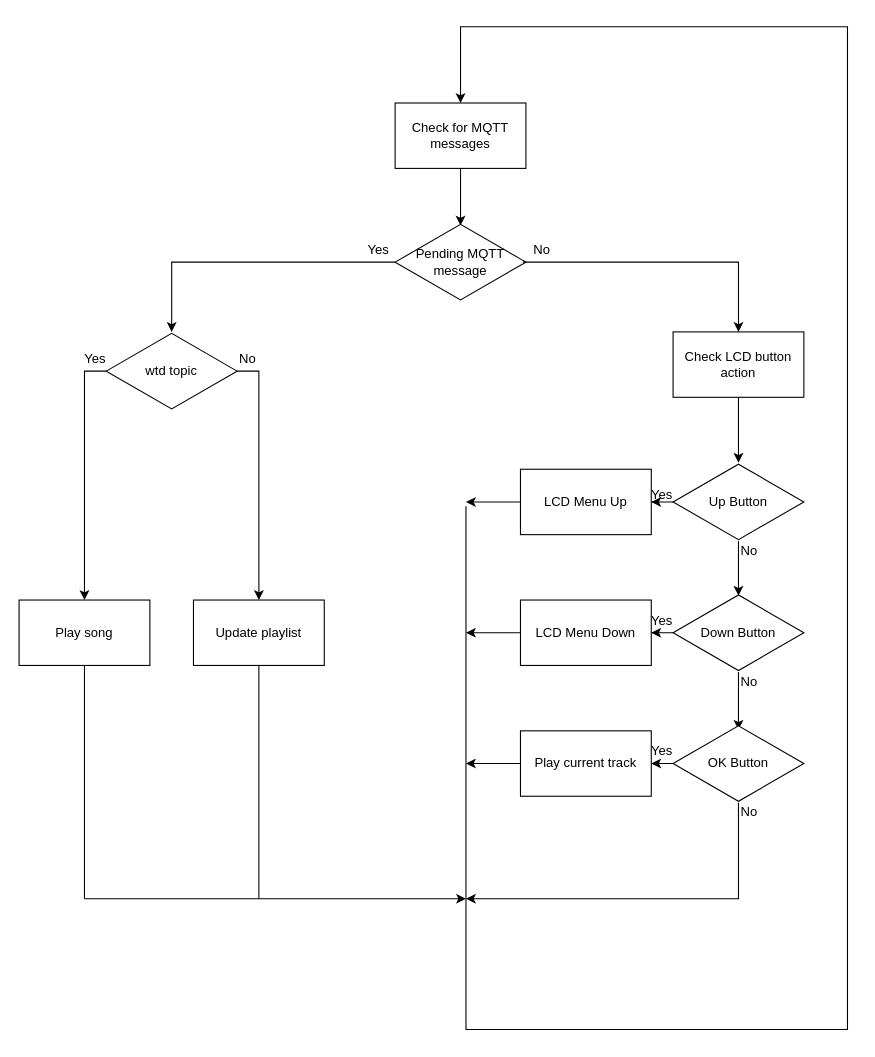
Earlier version of the draw.io diagram program_flow.drawio (IoT-project-groups-1-2/g2-voice-controller). Source tidied: cells renumbered, new cells numbered last; positions are measured from the earlier drawing's top-left corner, leaving out a move shared by most shapes. Both pictures are drawn from the tidied source at 109%, with x=0, y=0 at pixel (19, 26).
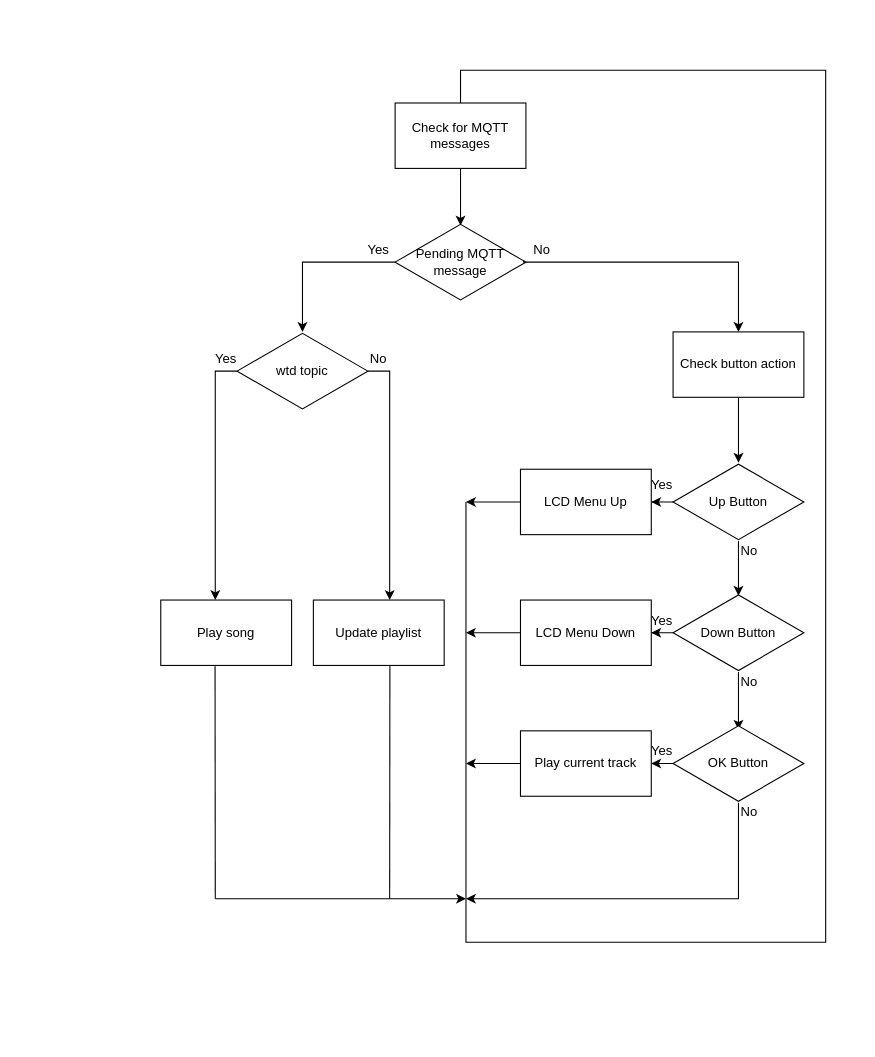
Above is the later version.

Commit message:
condense diagram to fit one page

The change refers to these unchanged cells:
```xml
<mxCell id="3" value="Check for MQTT messages" style="rounded=0;whiteSpace=wrap;html=1;" parent="1" vertex="1">
  <mxGeometry x="345" y="70" width="120" height="60" as="geometry" />
</mxCell>
<mxCell id="5" value="Pending MQTT message" style="html=1;whiteSpace=wrap;shape=isoRectangle;" parent="1" vertex="1">
  <mxGeometry x="345" y="180" width="120" height="72" as="geometry" />
</mxCell>
```

Diff of the diagram source:
```diff
@@
-    <mxCell id="4" style="edgeStyle=orthogonalEdgeStyle;rounded=0;jettySize=auto;html=1;entryX=0.5;entryY=0;entryDx=0;entryDy=0;entryPerimeter=0;" parent="1" edge="1" source="5" target="10">
+    <mxCell id="4" style="edgeStyle=orthogonalEdgeStyle;rounded=0;jettySize=auto;html=1;entryX=0.5;entryY=0;entryDx=0;entryDy=0;entryPerimeter=0;" parent="1" edge="1" target="10">
       <mxGeometry x="0.11" y="-70" relative="1" as="geometry">
+        <mxPoint x="405" y="216" as="sourcePoint" />
         <Array as="points">
-          <mxPoint x="140" y="216" />
+          <mxPoint x="260" y="216" />
         </Array>
       </mxGeometry>
     </mxCell>
@@
-    <mxCell id="8" value="Check LCD button action" style="rounded=0;whiteSpace=wrap;html=1;" parent="1" vertex="1">
+    <mxCell id="8" value="Check button action" style="rounded=0;whiteSpace=wrap;html=1;" parent="1" vertex="1">
       <mxGeometry x="600" y="280" width="120" height="60" as="geometry" />
     </mxCell>
     <mxCell id="9" style="edgeStyle=orthogonalEdgeStyle;rounded=0;jettySize=auto;html=1;" parent="1" edge="1" source="10" target="13">
       <mxGeometry relative="1" as="geometry">
         <Array as="points">
-          <mxPoint x="60" y="316" />
+          <mxPoint x="180" y="316" />
         </Array>
       </mxGeometry>
     </mxCell>
     <mxCell id="10" value="wtd topic" style="html=1;whiteSpace=wrap;shape=isoRectangle;" parent="1" vertex="1">
-      <mxGeometry x="80" y="280" width="120" height="72" as="geometry" />
+      <mxGeometry x="200" y="280" width="120" height="72" as="geometry" />
     </mxCell>
@@
     <mxCell id="13" value="Play song" style="whiteSpace=wrap;html=1;" parent="1" vertex="1">
-      <mxGeometry y="526" width="120" height="60" as="geometry" />
+      <mxGeometry x="130" y="526" width="120" height="60" as="geometry" />
     </mxCell>
@@
     <mxCell id="31" value="Yes" style="text;html=1;strokeColor=none;fillColor=none;align=center;verticalAlign=middle;whiteSpace=wrap;rounded=0;" parent="1" vertex="1">
-      <mxGeometry x="560" y="415" width="60" height="30" as="geometry" />
+      <mxGeometry x="560" y="406" width="60" height="30" as="geometry" />
     </mxCell>
@@
     <mxCell id="35" style="edgeStyle=orthogonalEdgeStyle;rounded=0;jettySize=auto;html=1;exitX=1;exitY=0.5;exitDx=0;exitDy=0;exitPerimeter=0;" parent="1" edge="1" source="10" target="36">
       <mxGeometry relative="1" as="geometry">
         <Array as="points">
-          <mxPoint x="220" y="316" />
+          <mxPoint x="340" y="316" />
         </Array>
       </mxGeometry>
     </mxCell>
     <mxCell id="36" value="Update playlist" style="whiteSpace=wrap;html=1;" parent="1" vertex="1">
-      <mxGeometry x="160" y="526" width="120" height="60" as="geometry" />
+      <mxGeometry x="270" y="526" width="120" height="60" as="geometry" />
     </mxCell>
     <mxCell id="37" value="Yes" style="text;html=1;strokeColor=none;fillColor=none;align=center;verticalAlign=middle;whiteSpace=wrap;rounded=0;" parent="1" vertex="1">
-      <mxGeometry x="40" y="290" width="60" height="30" as="geometry" />
+      <mxGeometry x="160" y="290" width="60" height="30" as="geometry" />
     </mxCell>
     <mxCell id="38" value="No" style="text;html=1;strokeColor=none;fillColor=none;align=center;verticalAlign=middle;whiteSpace=wrap;rounded=0;" parent="1" vertex="1">
-      <mxGeometry x="180" y="290" width="60" height="30" as="geometry" />
+      <mxGeometry x="300" y="290" width="60" height="30" as="geometry" />
     </mxCell>
-    <mxCell id="39" style="endArrow=none;html=1;rounded=0;exitX=0.5;exitY=1;exitDx=0;exitDy=0;" parent="1" edge="1" source="36">
+    <mxCell id="39" style="endArrow=none;html=1;rounded=0;exitX=0.585;exitY=1.001;exitDx=0;exitDy=0;exitPerimeter=0;" parent="1" edge="1" source="36">
       <mxGeometry relative="1" as="geometry">
-        <mxPoint x="220" y="800" as="targetPoint" />
+        <mxPoint x="340" y="800" as="targetPoint" />
       </mxGeometry>
     </mxCell>
-    <mxCell id="40" style="endArrow=none;html=1;rounded=0;exitX=0.5;exitY=1;exitDx=0;exitDy=0;" parent="1" edge="1" source="13">
+    <mxCell id="40" style="endArrow=none;html=1;rounded=0;exitX=0.415;exitY=1.011;exitDx=0;exitDy=0;exitPerimeter=0;" parent="1" edge="1" source="13">
       <mxGeometry relative="1" as="geometry">
-        <mxPoint x="60" y="800" as="targetPoint" />
+        <mxPoint x="180" y="800" as="targetPoint" />
       </mxGeometry>
     </mxCell>
     <mxCell id="41" style="endArrow=none;html=1;rounded=0;" parent="1" edge="1">
       <mxGeometry relative="1" as="geometry">
         <mxPoint x="410" y="800" as="sourcePoint" />
-        <mxPoint x="410" y="440" as="targetPoint" />
+        <mxPoint x="410" y="436" as="targetPoint" />
       </mxGeometry>
     </mxCell>
-    <mxCell id="42" style="endArrow=classic;html=1;rounded=0;entryX=0.5;entryY=0;entryDx=0;entryDy=0;" parent="1" edge="1" target="3">
-      <mxGeometry relative="1" as="geometry">
-        <mxPoint x="410" y="800" as="sourcePoint" />
-        <Array as="points">
-          <mxPoint x="410" y="920" />
-          <mxPoint x="760" y="920" />
-          <mxPoint x="760" y="110" />
-          <mxPoint x="760" y="40" />
-          <mxPoint x="760" />
-          <mxPoint x="405" />
-        </Array>
-      </mxGeometry>
-    </mxCell>
     <mxCell id="43" style="endArrow=classic;html=1;rounded=0;" parent="1" edge="1">
       <mxGeometry relative="1" as="geometry">
-        <mxPoint x="60" y="800" as="sourcePoint" />
+        <mxPoint x="180" y="800" as="sourcePoint" />
         <mxPoint x="410" y="800" as="targetPoint" />
       </mxGeometry>
     </mxCell>
+    <mxCell id="44" style="endArrow=none;html=1;rounded=0;entryX=0.5;entryY=0;entryDx=0;entryDy=0;" parent="1" edge="1" target="3">
+      <mxGeometry relative="1" as="geometry">
+        <mxPoint x="410" y="800" as="sourcePoint" />
+        <Array as="points">
+          <mxPoint x="410" y="840" />
+          <mxPoint x="740" y="840" />
+          <mxPoint x="740" y="40" />
+          <mxPoint x="560" y="40" />
+          <mxPoint x="405" y="40" />
+        </Array>
+      </mxGeometry>
+    </mxCell>
```
